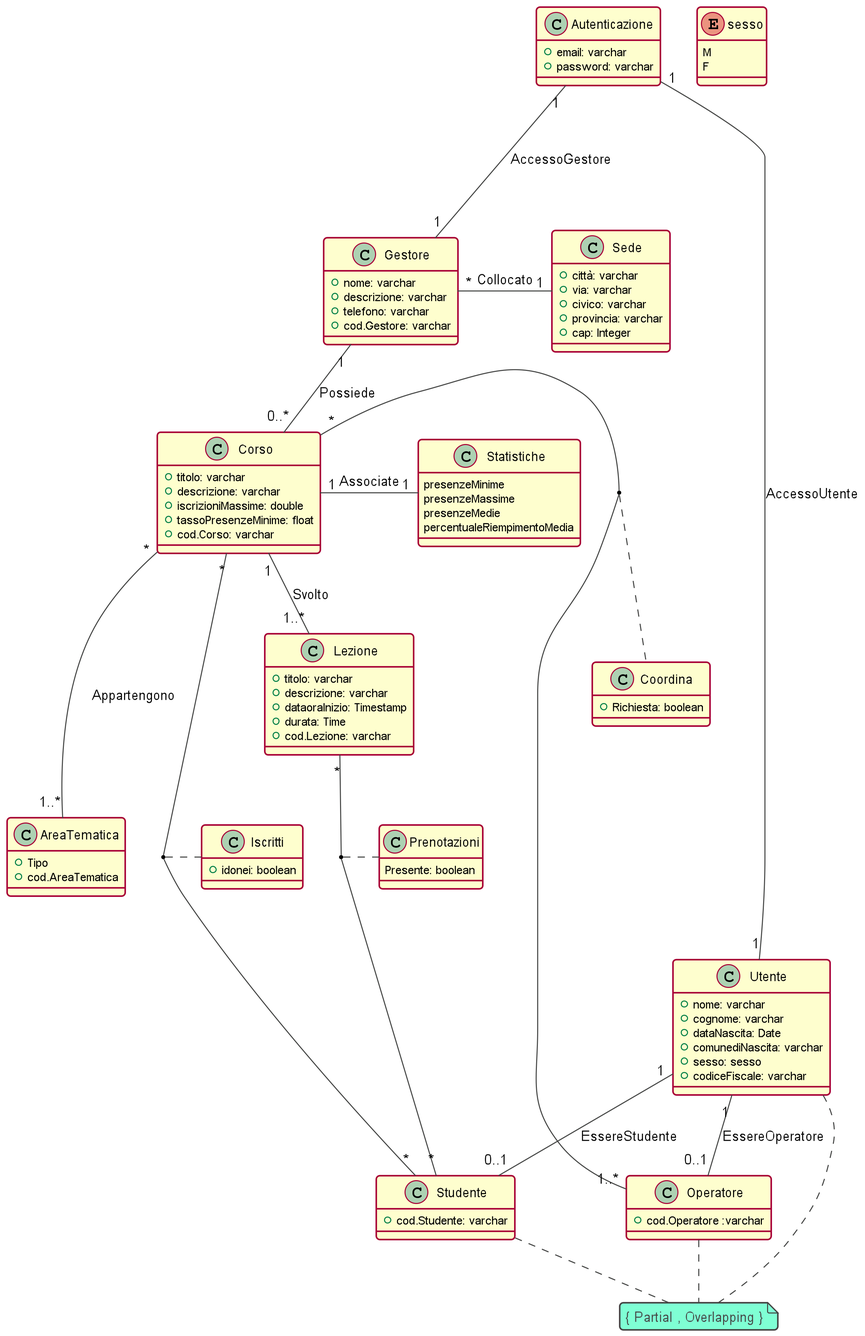
agostino-code/OO-BDI-Project keeps this PlantUML diagram as UML/BDI UML Ristrutturato.png. Above is the earlier version. Its diagram source:
```plantuml
@startuml
skinparam dpi 300
!theme vibrant
class Autenticazione {
  +email: varchar
  +password: varchar
}
Autenticazione "1" --- "1" Utente:AccessoUtente
Autenticazione "1" --- "1" Gestore:AccessoGestore
class Utente{
  +nome: varchar
  +cognome: varchar
  +dataNascita: Date
  +comunediNascita: varchar
  +sesso: sesso
  +codiceFiscale: varchar
}
note "{ Partial , Overlapping }" as N1
Utente ... N1
Operatore .. N1
Studente .. N1
class Sede {
  +città: varchar
  +via: varchar
  +civico: varchar
  +provincia: varchar
  +cap: Integer
}
class Gestore {
  +nome: varchar
  +descrizione: varchar
  +telefono: varchar
  +cod.Gestore: varchar
}
Gestore "*" - "1" Sede:Collocato
class Operatore{
  +cod.Operatore :varchar
}
class Studente{
  +cod.Studente: varchar
}
enum sesso{
M
F
}
Utente "1" -- "0..1" Operatore:EssereOperatore
Utente "1" -- "0..1" Studente:EssereStudente
Gestore "1" -- "0..*" Corso:Possiede
Corso "*" --- "*" Studente
Corso "*" - "1..*" Operatore
(Corso,Operatore)..Coordina
class Coordina{
  +Richiesta: boolean
}

class Corso{
  +titolo: varchar
  +descrizione: varchar
  +iscrizioniMassime: double
  +tassoPresenzeMinime: float
  +cod.Corso: varchar
}
class AreaTematica{
  +Tipo
  +cod.AreaTematica
}
Corso "*" --- "1..*" AreaTematica:Appartengono
class Lezione{
  +titolo: varchar
  +descrizione: varchar
  +dataoraInizio: Timestamp
  +durata: Time
  +cod.Lezione: varchar
}
Corso "1" -- "1..*" Lezione:Svolto
(Corso, Studente) .. Iscritti
Lezione "*" -- "*" Studente
(Lezione,Studente)..Prenotazioni
class Prenotazioni{
Presente: boolean
}
class Iscritti{
+idonei: boolean
}
class Statistiche{
  presenzeMinime
  presenzeMassime
  presenzeMedie
  percentualeRiempimentoMedia
}
Corso "1" - "1" Statistiche:Associate
@enduml
```
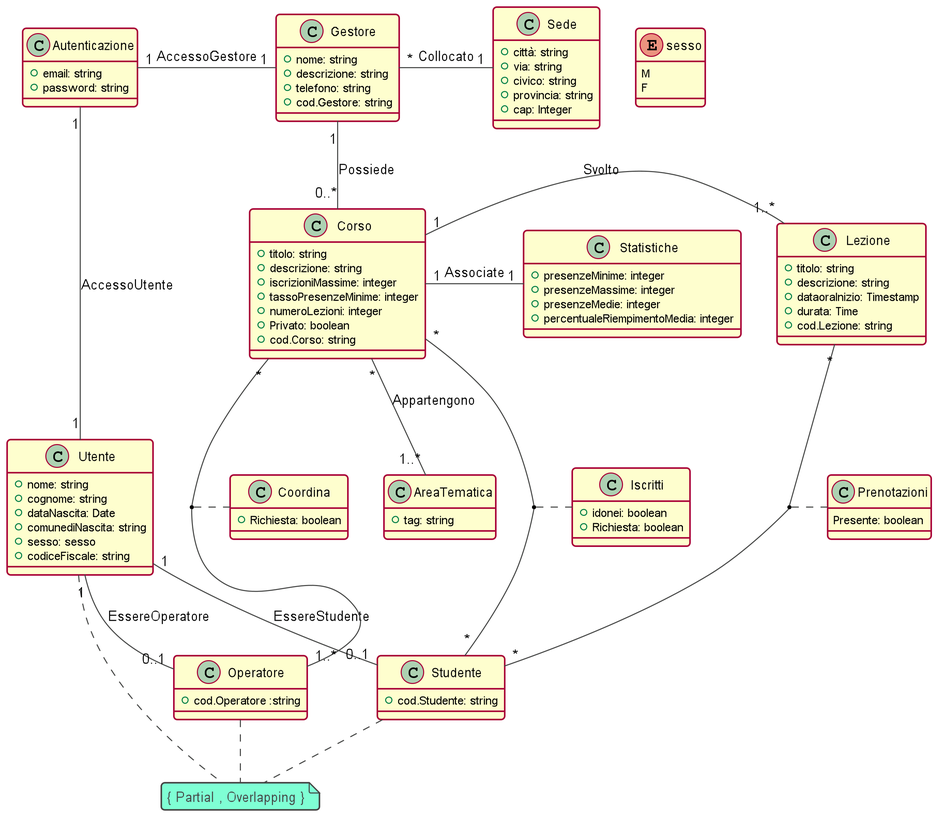
After the change.

The edit, as a diff of the source:
```diff
@@ -2,42 +2,42 @@
 skinparam dpi 300
 !theme vibrant
 class Autenticazione {
-  +email: varchar
-  +password: varchar
+  +email: string
+  +password: string
 }
 Autenticazione "1" --- "1" Utente:AccessoUtente
-Autenticazione "1" --- "1" Gestore:AccessoGestore
+Autenticazione "1" - "1" Gestore:AccessoGestore
 class Utente{
-  +nome: varchar
-  +cognome: varchar
+  +nome: string
+  +cognome: string
   +dataNascita: Date
-  +comunediNascita: varchar
+  +comunediNascita: string
   +sesso: sesso
-  +codiceFiscale: varchar
+  +codiceFiscale: string
 }
 note "{ Partial , Overlapping }" as N1
 Utente ... N1
 Operatore .. N1
 Studente .. N1
 class Sede {
-  +città: varchar
-  +via: varchar
-  +civico: varchar
-  +provincia: varchar
+  +città: string
+  +via: string
+  +civico: string
+  +provincia: string
   +cap: Integer
 }
 class Gestore {
-  +nome: varchar
-  +descrizione: varchar
-  +telefono: varchar
-  +cod.Gestore: varchar
+  +nome: string
+  +descrizione: string
+  +telefono: string
+  +cod.Gestore: string
 }
 Gestore "*" - "1" Sede:Collocato
 class Operatore{
-  +cod.Operatore :varchar
+  +cod.Operatore :string
 }
 class Studente{
-  +cod.Studente: varchar
+  +cod.Studente: string
 }
 enum sesso{
 M
@@ -46,33 +46,34 @@
 Utente "1" -- "0..1" Operatore:EssereOperatore
 Utente "1" -- "0..1" Studente:EssereStudente
 Gestore "1" -- "0..*" Corso:Possiede
-Corso "*" --- "*" Studente
-Corso "*" - "1..*" Operatore
+Corso "*" -- "*" Studente
+Corso "*" -- "1..*" Operatore
 (Corso,Operatore)..Coordina
 class Coordina{
   +Richiesta: boolean
 }
 
 class Corso{
-  +titolo: varchar
-  +descrizione: varchar
-  +iscrizioniMassime: double
-  +tassoPresenzeMinime: float
-  +cod.Corso: varchar
+  +titolo: string
+  +descrizione: string
+  +iscrizioniMassime: integer
+  +tassoPresenzeMinime: integer
+  +numeroLezioni: integer
+  +Privato: boolean
+  +cod.Corso: string
 }
 class AreaTematica{
-  +Tipo
-  +cod.AreaTematica
+  +tag: string
 }
-Corso "*" --- "1..*" AreaTematica:Appartengono
+Corso "*" -- "1..*" AreaTematica:Appartengono
 class Lezione{
-  +titolo: varchar
-  +descrizione: varchar
+  +titolo: string
+  +descrizione: string
   +dataoraInizio: Timestamp
   +durata: Time
-  +cod.Lezione: varchar
+  +cod.Lezione: string
 }
-Corso "1" -- "1..*" Lezione:Svolto
+Corso "1" - "1..*" Lezione:Svolto
 (Corso, Studente) .. Iscritti
 Lezione "*" -- "*" Studente
 (Lezione,Studente)..Prenotazioni
@@ -81,12 +82,13 @@
 }
 class Iscritti{
 +idonei: boolean
++Richiesta: boolean
 }
 class Statistiche{
-  presenzeMinime
-  presenzeMassime
-  presenzeMedie
-  percentualeRiempimentoMedia
+  +presenzeMinime: integer
+  +presenzeMassime: integer
+  +presenzeMedie: integer
+  +percentualeRiempimentoMedia: integer
 }
 Corso "1" - "1" Statistiche:Associate
 @enduml
```
